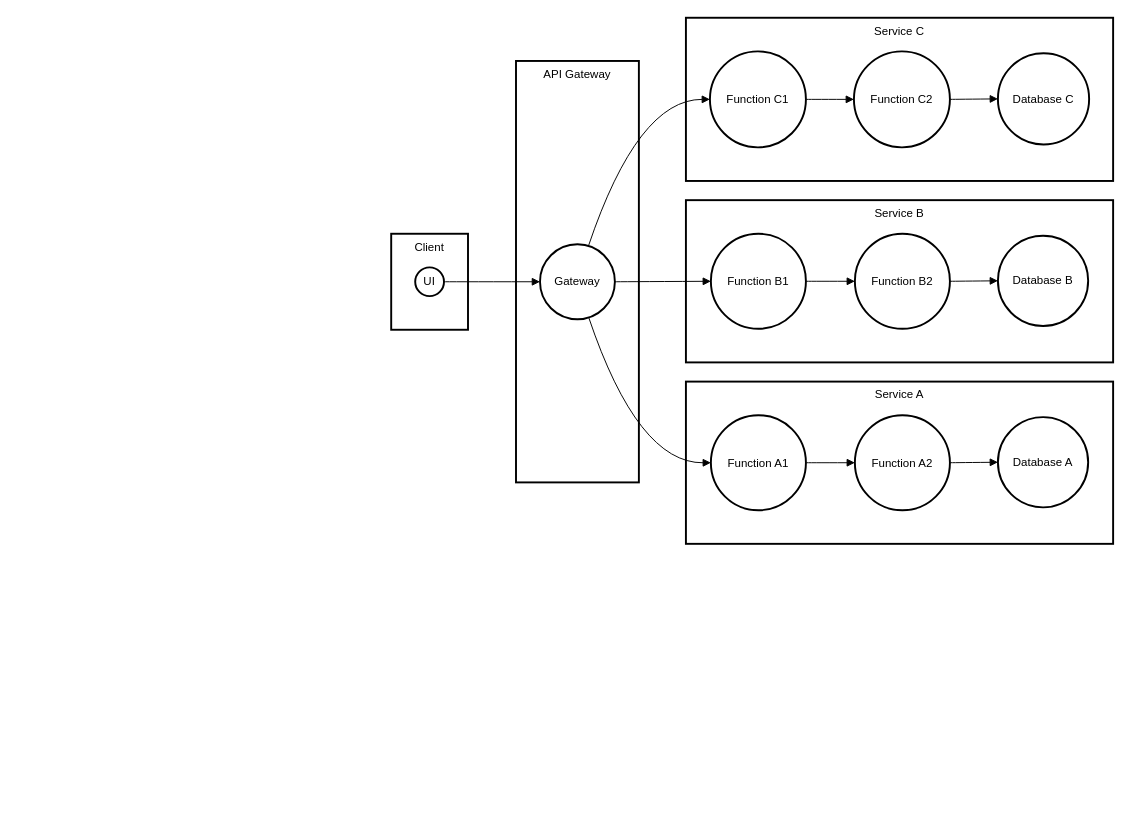
odilonv/Trella keeps this draw.io diagram as Diagramme sans nom.drawio. Above is the earlier version. Source tidied: cells renumbered, new cells numbered last; positions are measured from the earlier drawing's top-left corner, leaving out a move shared by most shapes. Both pictures are drawn from the tidied source at 96%, with x=0, y=0 at pixel (391, 17).
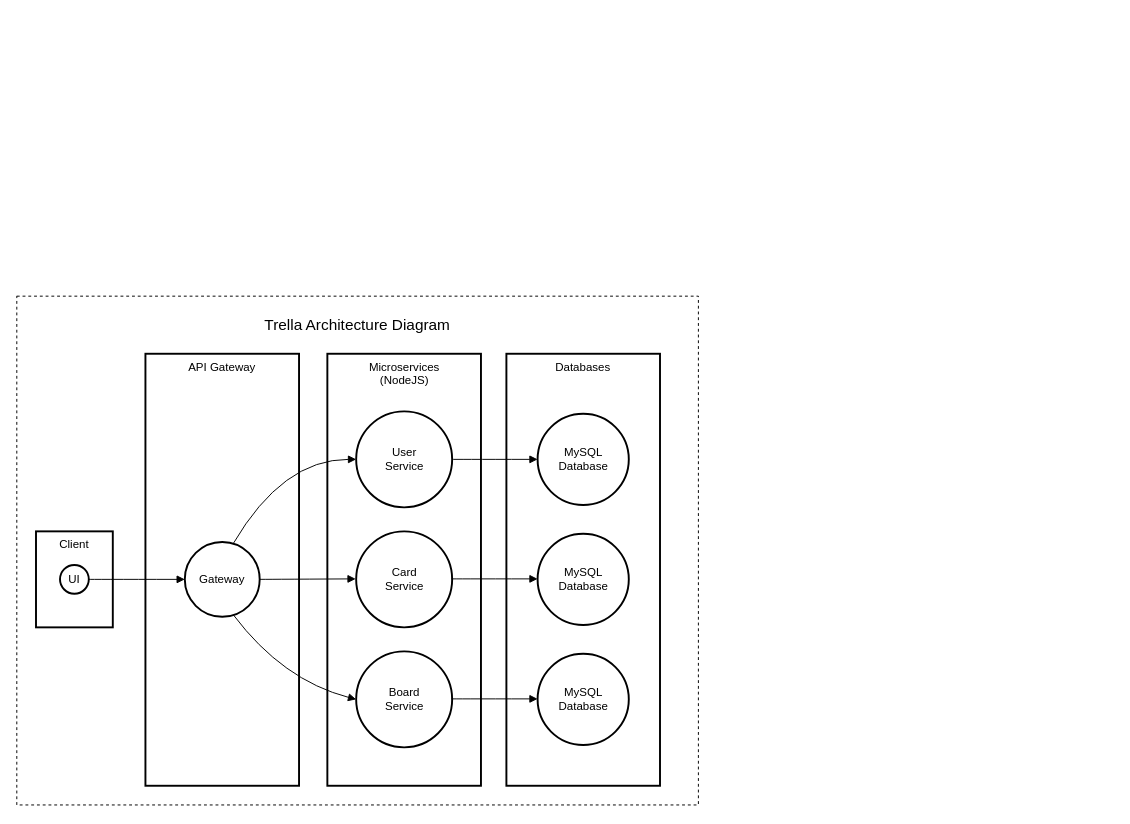
The same diagram, later.

Commit message:
Mettre à jour Diagramme sans nom.drawio

The edit, as a diff of the source:
```diff
@@
-    <mxCell id="2" value="Service C" style="whiteSpace=wrap;strokeWidth=2;verticalAlign=top;" parent="1" vertex="1">
-      <mxGeometry x="307" width="445" height="170" as="geometry" />
-    </mxCell>
-    <mxCell id="3" value="Function C1" style="ellipse;strokeWidth=2;whiteSpace=wrap;" parent="1" vertex="1">
-      <mxGeometry x="332" y="35" width="100" height="100" as="geometry" />
-    </mxCell>
+    <mxCell id="28" value="&lt;h1&gt;&lt;font style=&quot;font-size: 16px; font-weight: normal;&quot;&gt;Trella Architecture Diagram&lt;/font&gt;&lt;/h1&gt;&lt;div&gt;&lt;br&gt;&lt;/div&gt;&lt;div&gt;&lt;br&gt;&lt;/div&gt;&lt;div&gt;&lt;br&gt;&lt;/div&gt;&lt;div&gt;&lt;br&gt;&lt;/div&gt;&lt;div&gt;&lt;br&gt;&lt;/div&gt;&lt;div&gt;&lt;br&gt;&lt;/div&gt;&lt;div&gt;&lt;br&gt;&lt;/div&gt;&lt;div&gt;&lt;br&gt;&lt;/div&gt;&lt;div&gt;&lt;br&gt;&lt;/div&gt;&lt;div&gt;&lt;br&gt;&lt;/div&gt;&lt;div&gt;&lt;br&gt;&lt;/div&gt;&lt;div&gt;&lt;br&gt;&lt;/div&gt;&lt;div&gt;&lt;br&gt;&lt;/div&gt;&lt;div&gt;&lt;br&gt;&lt;/div&gt;&lt;div&gt;&lt;br&gt;&lt;/div&gt;&lt;div&gt;&lt;br&gt;&lt;/div&gt;&lt;div&gt;&lt;br&gt;&lt;/div&gt;&lt;div&gt;&lt;br&gt;&lt;/div&gt;&lt;div&gt;&lt;br&gt;&lt;/div&gt;&lt;div&gt;&lt;br&gt;&lt;/div&gt;&lt;div&gt;&lt;br&gt;&lt;/div&gt;&lt;div&gt;&lt;br&gt;&lt;/div&gt;&lt;div&gt;&lt;br&gt;&lt;/div&gt;&lt;div&gt;&lt;br&gt;&lt;/div&gt;&lt;div&gt;&lt;br&gt;&lt;/div&gt;&lt;div&gt;&lt;br&gt;&lt;/div&gt;&lt;div&gt;&lt;br&gt;&lt;/div&gt;&lt;div&gt;&lt;br&gt;&lt;/div&gt;&lt;div&gt;&lt;br&gt;&lt;/div&gt;&lt;div&gt;&lt;br&gt;&lt;/div&gt;&lt;div&gt;&lt;br&gt;&lt;/div&gt;&lt;div&gt;&lt;br&gt;&lt;/div&gt;&lt;div&gt;&lt;br&gt;&lt;/div&gt;" style="rounded=0;whiteSpace=wrap;html=1;fillColor=none;dashed=1;" parent="1" vertex="1">
+      <mxGeometry x="-390" y="290" width="710" height="530" as="geometry" />
+    </mxCell>
+    <mxCell id="29" value="Microservices&#10;(NodeJS)" style="whiteSpace=wrap;strokeWidth=2;verticalAlign=top;" parent="1" vertex="1">
+      <mxGeometry x="-66.5" y="350" width="160" height="450" as="geometry" />
+    </mxCell>
-    <mxCell id="4" value="Function C2" style="ellipse;strokeWidth=2;whiteSpace=wrap;" parent="1" vertex="1">
-      <mxGeometry x="482" y="35" width="100" height="100" as="geometry" />
+    <mxCell id="4" value="User&#10;Service" style="ellipse;strokeWidth=2;whiteSpace=wrap;" parent="1" vertex="1">
+      <mxGeometry x="-36.5" y="410" width="100" height="100" as="geometry" />
     </mxCell>
+    <mxCell id="16" value="Client" style="whiteSpace=wrap;strokeWidth=2;verticalAlign=top;" parent="1" vertex="1">
+      <mxGeometry x="-370" y="535" width="80" height="100" as="geometry" />
+    </mxCell>
+    <mxCell id="17" value="UI" style="ellipse;strokeWidth=2;whiteSpace=wrap;" parent="1" vertex="1">
+      <mxGeometry x="-345" y="570" width="30" height="30" as="geometry" />
+    </mxCell>
+    <mxCell id="30" value="Card&#10;Service" style="ellipse;strokeWidth=2;whiteSpace=wrap;" parent="1" vertex="1">
+      <mxGeometry x="-36.5" y="535" width="100" height="100" as="geometry" />
+    </mxCell>
+    <mxCell id="31" value="Board&#10;Service" style="ellipse;strokeWidth=2;whiteSpace=wrap;" parent="1" vertex="1">
+      <mxGeometry x="-36.5" y="660" width="100" height="100" as="geometry" />
+    </mxCell>
+    <mxCell id="32" value="Databases" style="whiteSpace=wrap;strokeWidth=2;verticalAlign=top;" parent="1" vertex="1">
+      <mxGeometry x="120" y="350" width="160" height="450" as="geometry" />
+    </mxCell>
-    <mxCell id="5" value="Database C" style="ellipse;strokeWidth=2;whiteSpace=wrap;" parent="1" vertex="1">
-      <mxGeometry x="632" y="37" width="95" height="95" as="geometry" />
+    <mxCell id="5" value="MySQL&#10;Database" style="ellipse;strokeWidth=2;whiteSpace=wrap;" parent="1" vertex="1">
+      <mxGeometry x="152.5" y="412.5" width="95" height="95" as="geometry" />
     </mxCell>
-    <mxCell id="6" value="Service B" style="whiteSpace=wrap;strokeWidth=2;verticalAlign=top;" parent="1" vertex="1">
-      <mxGeometry x="307" y="190" width="445" height="169" as="geometry" />
-    </mxCell>
-    <mxCell id="7" value="Function B1" style="ellipse;strokeWidth=2;whiteSpace=wrap;" parent="1" vertex="1">
-      <mxGeometry x="333" y="225" width="99" height="99" as="geometry" />
-    </mxCell>
-    <mxCell id="8" value="Function B2" style="ellipse;strokeWidth=2;whiteSpace=wrap;" parent="1" vertex="1">
-      <mxGeometry x="483" y="225" width="99" height="99" as="geometry" />
-    </mxCell>
-    <mxCell id="9" value="Database B" style="ellipse;strokeWidth=2;whiteSpace=wrap;" parent="1" vertex="1">
-      <mxGeometry x="632" y="227" width="94" height="94" as="geometry" />
-    </mxCell>
-    <mxCell id="10" value="Service A" style="whiteSpace=wrap;strokeWidth=2;verticalAlign=top;" parent="1" vertex="1">
-      <mxGeometry x="307" y="379" width="445" height="169" as="geometry" />
-    </mxCell>
-    <mxCell id="11" value="Function A1" style="ellipse;strokeWidth=2;whiteSpace=wrap;" parent="1" vertex="1">
-      <mxGeometry x="333" y="414" width="99" height="99" as="geometry" />
-    </mxCell>
-    <mxCell id="12" value="Function A2" style="ellipse;strokeWidth=2;whiteSpace=wrap;" parent="1" vertex="1">
-      <mxGeometry x="483" y="414" width="99" height="99" as="geometry" />
-    </mxCell>
-    <mxCell id="13" value="Database A" style="ellipse;strokeWidth=2;whiteSpace=wrap;" parent="1" vertex="1">
-      <mxGeometry x="632" y="416" width="94" height="94" as="geometry" />
-    </mxCell>
+    <mxCell id="27" style="curved=1;startArrow=none;endArrow=block;exitX=1;exitY=0.5;entryX=0;entryY=0.5;" parent="1" edge="1" source="4" target="5">
+      <mxGeometry relative="1" as="geometry" />
+    </mxCell>
     <mxCell id="14" value="API Gateway" style="whiteSpace=wrap;strokeWidth=2;verticalAlign=top;" parent="1" vertex="1">
-      <mxGeometry x="130" y="45" width="128" height="439" as="geometry" />
+      <mxGeometry x="-256" y="350" width="160" height="450" as="geometry" />
     </mxCell>
     <mxCell id="15" value="Gateway" style="ellipse;strokeWidth=2;whiteSpace=wrap;" parent="1" vertex="1">
-      <mxGeometry x="155" y="236" width="78" height="78" as="geometry" />
+      <mxGeometry x="-215" y="546" width="78" height="78" as="geometry" />
     </mxCell>
-    <mxCell id="16" value="Client" style="whiteSpace=wrap;strokeWidth=2;verticalAlign=top;" parent="1" vertex="1">
-      <mxGeometry y="225" width="80" height="100" as="geometry" />
-    </mxCell>
-    <mxCell id="17" value="UI" style="ellipse;strokeWidth=2;whiteSpace=wrap;" parent="1" vertex="1">
-      <mxGeometry x="25" y="260" width="30" height="30" as="geometry" />
-    </mxCell>
+    <mxCell id="21" style="curved=1;startArrow=none;endArrow=block;exitX=0.66;exitY=0;entryX=0;entryY=0.5;entryDx=0;entryDy=0;" parent="1" edge="1" source="15" target="4">
+      <mxGeometry relative="1" as="geometry">
+        <Array as="points">
+          <mxPoint x="-113" y="460" />
+        </Array>
+      </mxGeometry>
+    </mxCell>
+    <mxCell id="20" style="curved=1;startArrow=none;endArrow=block;exitX=0.99;exitY=0.49;entryX=0;entryY=0.5;" parent="1" edge="1" source="15">
+      <mxGeometry relative="1" as="geometry">
+        <mxPoint x="-37" y="584.5" as="targetPoint" />
+      </mxGeometry>
+    </mxCell>
+    <mxCell id="19" style="curved=1;startArrow=none;endArrow=block;exitX=0.66;exitY=0.99;entryX=0;entryY=0.5;entryDx=0;entryDy=0;" parent="1" edge="1" source="15" target="31">
+      <mxGeometry relative="1" as="geometry">
+        <Array as="points">
+          <mxPoint x="-113" y="690" />
+        </Array>
+      </mxGeometry>
+    </mxCell>
@@
-    <mxCell id="19" style="curved=1;startArrow=none;endArrow=block;exitX=0.66;exitY=0.99;entryX=0;entryY=0.5;" parent="1" edge="1" source="15" target="11">
-      <mxGeometry relative="1" as="geometry">
-        <Array as="points">
-          <mxPoint x="257" y="464" />
-        </Array>
-      </mxGeometry>
-    </mxCell>
-    <mxCell id="20" style="curved=1;startArrow=none;endArrow=block;exitX=0.99;exitY=0.49;entryX=0;entryY=0.5;" parent="1" edge="1" source="15" target="7">
-      <mxGeometry relative="1" as="geometry" />
-    </mxCell>
-    <mxCell id="21" style="curved=1;startArrow=none;endArrow=block;exitX=0.66;exitY=0;entryX=0;entryY=0.5;" parent="1" edge="1" source="15" target="3">
-      <mxGeometry relative="1" as="geometry">
-        <Array as="points">
-          <mxPoint x="257" y="85" />
-        </Array>
-      </mxGeometry>
-    </mxCell>
-    <mxCell id="22" style="curved=1;startArrow=none;endArrow=block;exitX=1;exitY=0.5;entryX=0;entryY=0.5;" parent="1" edge="1" source="11" target="12">
-      <mxGeometry relative="1" as="geometry" />
-    </mxCell>
-    <mxCell id="23" style="curved=1;startArrow=none;endArrow=block;exitX=1;exitY=0.5;entryX=0;entryY=0.51;" parent="1" edge="1" source="12" target="13">
-      <mxGeometry relative="1" as="geometry" />
-    </mxCell>
-    <mxCell id="24" style="curved=1;startArrow=none;endArrow=block;exitX=1;exitY=0.5;entryX=0;entryY=0.5;" parent="1" edge="1" source="7" target="8">
-      <mxGeometry relative="1" as="geometry" />
-    </mxCell>
-    <mxCell id="25" style="curved=1;startArrow=none;endArrow=block;exitX=1;exitY=0.5;entryX=0;entryY=0.51;" parent="1" edge="1" source="8" target="9">
-      <mxGeometry relative="1" as="geometry" />
-    </mxCell>
-    <mxCell id="26" style="curved=1;startArrow=none;endArrow=block;exitX=1;exitY=0.5;entryX=0;entryY=0.5;" parent="1" edge="1" source="3" target="4">
-      <mxGeometry relative="1" as="geometry" />
-    </mxCell>
-    <mxCell id="27" style="curved=1;startArrow=none;endArrow=block;exitX=1;exitY=0.5;entryX=0;entryY=0.5;" parent="1" edge="1" source="4" target="5">
-      <mxGeometry relative="1" as="geometry" />
-    </mxCell>
+    <mxCell id="33" value="MySQL&#10;Database" style="ellipse;strokeWidth=2;whiteSpace=wrap;" parent="1" vertex="1">
+      <mxGeometry x="152.5" y="537.5" width="95" height="95" as="geometry" />
+    </mxCell>
+    <mxCell id="34" value="MySQL&#10;Database" style="ellipse;strokeWidth=2;whiteSpace=wrap;" parent="1" vertex="1">
+      <mxGeometry x="152.5" y="662.5" width="95" height="95" as="geometry" />
+    </mxCell>
+    <mxCell id="35" style="curved=1;startArrow=none;endArrow=block;exitX=1;exitY=0.5;entryX=0;entryY=0.5;" parent="1" edge="1">
+      <mxGeometry relative="1" as="geometry">
+        <mxPoint x="62.5" y="584.5" as="sourcePoint" />
+        <mxPoint x="152.5" y="584.5" as="targetPoint" />
+      </mxGeometry>
+    </mxCell>
+    <mxCell id="36" style="curved=1;startArrow=none;endArrow=block;exitX=1;exitY=0.5;entryX=0;entryY=0.5;" parent="1" edge="1">
+      <mxGeometry relative="1" as="geometry">
+        <mxPoint x="62.5" y="709.5" as="sourcePoint" />
+        <mxPoint x="152.5" y="709.5" as="targetPoint" />
+      </mxGeometry>
+    </mxCell>
```
